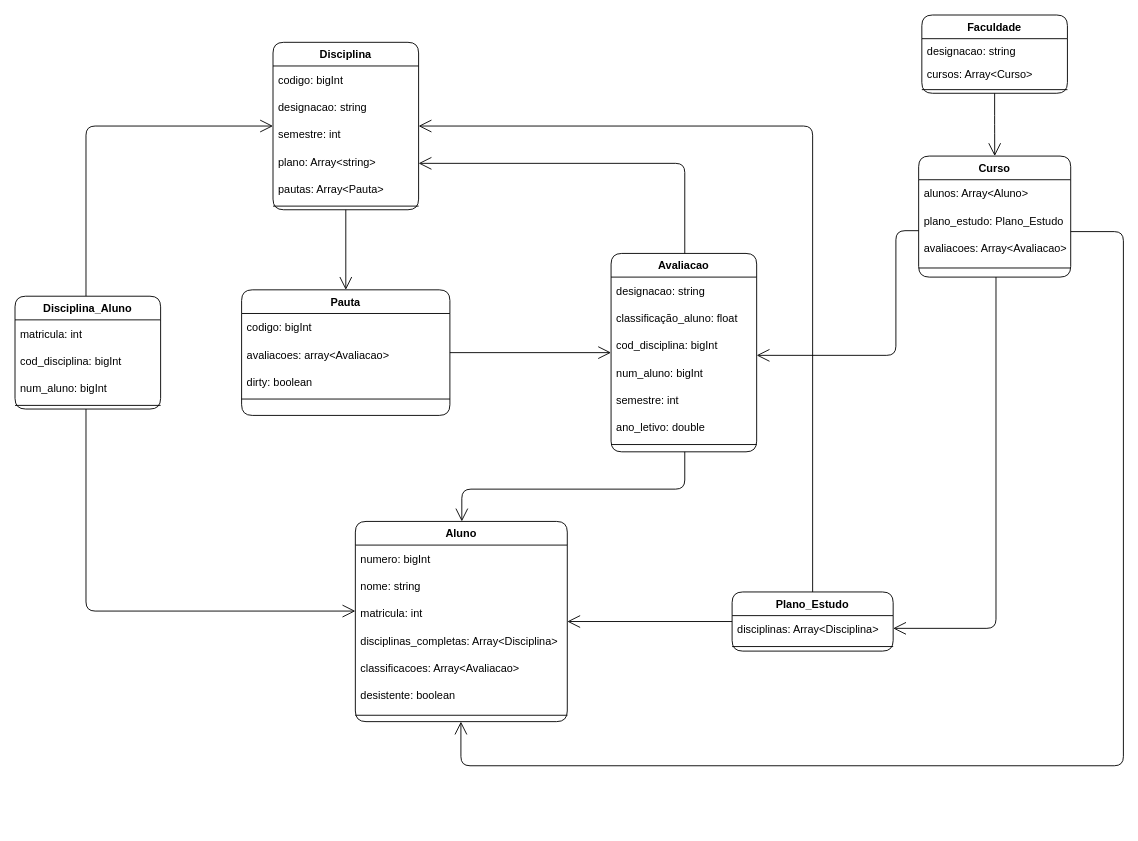
Before: Docs/Domain_Diagram.drawio in ruimpcastro/pweb2022, a draw.io diagram. Source tidied: cells renumbered, new cells numbered last; positions are measured from the earlier drawing's top-left corner, leaving out a move shared by most shapes. Both pictures are drawn from the tidied source at 91%, with x=0, y=0 at pixel (15, 15).
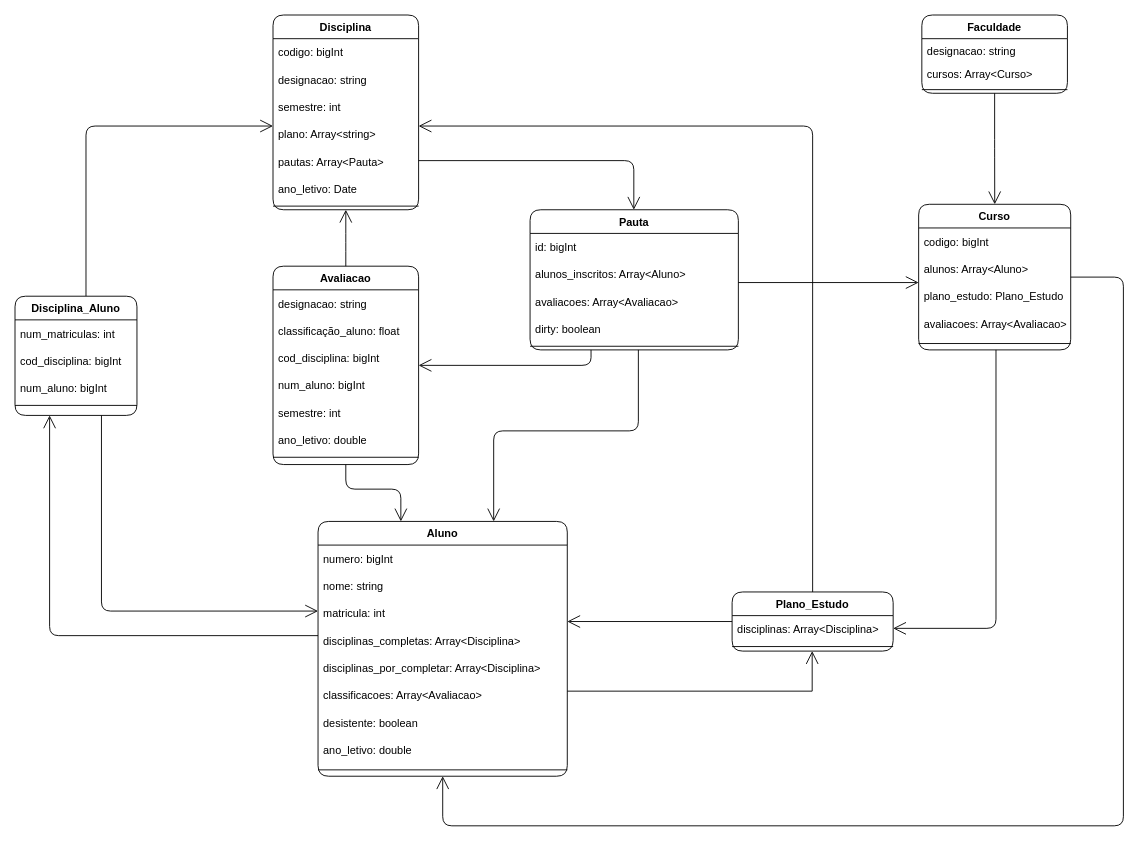
The same diagram, later.

Commit message (it also covers changes not shown here):
Alterações nos diagramas

The change refers to these unchanged cells:
```xml
<mxCell id="22" value="Plano_Estudo" style="swimlane;fontStyle=1;align=center;verticalAlign=top;horizontal=1;startSize=26;shadow=0;strokeWidth=1;rounded=1;" parent="1" vertex="1">
  <mxGeometry x="788" y="634" width="177" height="65" as="geometry" />
</mxCell>
```

What changed in the source:
```diff
@@
     <mxCell id="2" value="Aluno" style="swimlane;fontStyle=1;align=center;verticalAlign=top;horizontal=1;startSize=26;shadow=0;strokeWidth=1;rounded=1;" parent="1" vertex="1">
-      <mxGeometry x="374" y="556.5" width="232.9" height="220" as="geometry" />
+      <mxGeometry x="333" y="556.5" width="273.9" height="280" as="geometry" />
     </mxCell>
     <mxCell id="3" value="numero: bigInt" style="text;strokeColor=none;fillColor=none;align=left;verticalAlign=middle;spacingLeft=4;spacingRight=4;overflow=hidden;rounded=1;" parent="2" vertex="1">
-      <mxGeometry y="26" width="232.9" height="30" as="geometry" />
+      <mxGeometry y="26" width="273.9" height="30" as="geometry" />
     </mxCell>
     <mxCell id="4" value="nome: string" style="text;strokeColor=none;fillColor=none;align=left;verticalAlign=middle;spacingLeft=4;spacingRight=4;overflow=hidden;rounded=1;" parent="2" vertex="1">
-      <mxGeometry y="56" width="232.9" height="30" as="geometry" />
+      <mxGeometry y="56" width="273.9" height="30" as="geometry" />
     </mxCell>
     <mxCell id="5" value="matricula: int" style="text;strokeColor=none;fillColor=none;align=left;verticalAlign=middle;spacingLeft=4;spacingRight=4;overflow=hidden;rounded=1;" parent="2" vertex="1">
-      <mxGeometry y="86" width="232.9" height="30" as="geometry" />
+      <mxGeometry y="86" width="273.9" height="30" as="geometry" />
     </mxCell>
     <mxCell id="6" value="disciplinas_completas: Array&lt;Disciplina&gt;" style="text;strokeColor=none;fillColor=none;align=left;verticalAlign=middle;spacingLeft=4;spacingRight=4;overflow=hidden;rounded=1;" parent="2" vertex="1">
-      <mxGeometry y="116" width="232.9" height="30" as="geometry" />
+      <mxGeometry y="116" width="273.9" height="30" as="geometry" />
     </mxCell>
+    <mxCell id="59" value="disciplinas_por_completar: Array&lt;Disciplina&gt;" style="text;strokeColor=none;fillColor=none;align=left;verticalAlign=middle;spacingLeft=4;spacingRight=4;overflow=hidden;rounded=1;" parent="2" vertex="1">
+      <mxGeometry y="146" width="273.9" height="30" as="geometry" />
+    </mxCell>
     <mxCell id="7" value="classificacoes: Array&lt;Avaliacao&gt;" style="text;strokeColor=none;fillColor=none;align=left;verticalAlign=middle;spacingLeft=4;spacingRight=4;overflow=hidden;rounded=1;" parent="2" vertex="1">
-      <mxGeometry y="146" width="232.9" height="30" as="geometry" />
+      <mxGeometry y="176" width="273.9" height="30" as="geometry" />
     </mxCell>
     <mxCell id="8" value="desistente: boolean" style="text;strokeColor=none;fillColor=none;align=left;verticalAlign=middle;spacingLeft=4;spacingRight=4;overflow=hidden;rounded=1;" parent="2" vertex="1">
-      <mxGeometry y="176" width="232.9" height="30" as="geometry" />
+      <mxGeometry y="206" width="273.9" height="30" as="geometry" />
     </mxCell>
+    <mxCell id="60" value="ano_letivo: double" style="text;strokeColor=none;fillColor=none;align=left;verticalAlign=middle;spacingLeft=4;spacingRight=4;overflow=hidden;rounded=1;" parent="2" vertex="1">
+      <mxGeometry y="236" width="273.9" height="30" as="geometry" />
+    </mxCell>
     <mxCell id="9" style="line;html=1;strokeWidth=1;align=left;verticalAlign=middle;spacingTop=-1;spacingLeft=3;spacingRight=3;labelPosition=right;rounded=1;" parent="2" vertex="1">
-      <mxGeometry y="206" width="232.9" height="14" as="geometry" />
+      <mxGeometry y="266" width="273.9" height="14" as="geometry" />
     </mxCell>
     <mxCell id="10" value="Disciplina" style="swimlane;fontStyle=1;align=center;verticalAlign=top;horizontal=1;startSize=26;shadow=0;strokeWidth=1;rounded=1;" parent="1" vertex="1">
-      <mxGeometry x="283.5" y="30" width="160" height="184" as="geometry" />
+      <mxGeometry x="283.5" width="160" height="214" as="geometry" />
     </mxCell>
@@
+    <mxCell id="61" value="ano_letivo: Date" style="text;strokeColor=none;fillColor=none;align=left;verticalAlign=middle;spacingLeft=4;spacingRight=4;overflow=hidden;rounded=1;" parent="10" vertex="1">
+      <mxGeometry y="176" width="160" height="30" as="geometry" />
+    </mxCell>
     <mxCell id="16" style="line;html=1;strokeWidth=1;align=left;verticalAlign=middle;spacingTop=-1;spacingLeft=3;spacingRight=3;labelPosition=right;rounded=1;" parent="10" vertex="1">
-      <mxGeometry y="176" width="160" height="8" as="geometry" />
+      <mxGeometry y="206" width="160" height="8" as="geometry" />
     </mxCell>
     <mxCell id="17" value="Curso" style="swimlane;fontStyle=1;align=center;verticalAlign=top;horizontal=1;startSize=26;shadow=0;strokeWidth=1;rounded=1;" parent="1" vertex="1">
-      <mxGeometry x="993" y="155" width="167.1" height="133" as="geometry" />
+      <mxGeometry x="993" y="208" width="167.1" height="160" as="geometry" />
     </mxCell>
+    <mxCell id="62" value="codigo: bigInt" style="text;strokeColor=none;fillColor=none;align=left;verticalAlign=middle;spacingLeft=4;spacingRight=4;overflow=hidden;rounded=1;" parent="17" vertex="1">
+      <mxGeometry y="26" width="167.1" height="30" as="geometry" />
+    </mxCell>
     <mxCell id="18" value="alunos: Array&lt;Aluno&gt;" style="text;strokeColor=none;fillColor=none;align=left;verticalAlign=middle;spacingLeft=4;spacingRight=4;overflow=hidden;rounded=1;" parent="17" vertex="1">
-      <mxGeometry y="26" width="167.1" height="30" as="geometry" />
+      <mxGeometry y="56" width="167.1" height="30" as="geometry" />
     </mxCell>
     <mxCell id="19" value="plano_estudo: Plano_Estudo" style="text;strokeColor=none;fillColor=none;align=left;verticalAlign=middle;spacingLeft=4;spacingRight=4;overflow=hidden;rounded=1;" parent="17" vertex="1">
-      <mxGeometry y="56" width="167.1" height="30" as="geometry" />
+      <mxGeometry y="86" width="167.1" height="30" as="geometry" />
     </mxCell>
     <mxCell id="20" value="avaliacoes: Array&lt;Avaliacao&gt;" style="text;strokeColor=none;fillColor=none;align=left;verticalAlign=middle;spacingLeft=4;spacingRight=4;overflow=hidden;rounded=1;" parent="17" vertex="1">
-      <mxGeometry y="86" width="167.1" height="30" as="geometry" />
+      <mxGeometry y="116" width="167.1" height="30" as="geometry" />
     </mxCell>
     <mxCell id="21" style="line;html=1;strokeWidth=1;align=left;verticalAlign=middle;spacingTop=-1;spacingLeft=3;spacingRight=3;labelPosition=right;rounded=1;" parent="17" vertex="1">
-      <mxGeometry y="116" width="167.1" height="14" as="geometry" />
+      <mxGeometry y="146" width="167.1" height="14" as="geometry" />
     </mxCell>
@@
     <mxCell id="27" value="Pauta" style="swimlane;fontStyle=1;align=center;verticalAlign=top;horizontal=1;startSize=26;shadow=0;strokeWidth=1;rounded=1;" parent="1" vertex="1">
-      <mxGeometry x="249" y="302" width="228.9" height="138" as="geometry" />
+      <mxGeometry x="566" y="214" width="228.9" height="154" as="geometry" />
     </mxCell>
-    <mxCell id="28" value="codigo: bigInt" style="text;strokeColor=none;fillColor=none;align=left;verticalAlign=middle;spacingLeft=4;spacingRight=4;overflow=hidden;rounded=1;" parent="27" vertex="1">
+    <mxCell id="28" value="id: bigInt" style="text;strokeColor=none;fillColor=none;align=left;verticalAlign=middle;spacingLeft=4;spacingRight=4;overflow=hidden;rounded=1;" parent="27" vertex="1">
       <mxGeometry y="26" width="228.9" height="30" as="geometry" />
     </mxCell>
+    <mxCell id="63" value="alunos_inscritos: Array&lt;Aluno&gt;" style="text;strokeColor=none;fillColor=none;align=left;verticalAlign=middle;spacingLeft=4;spacingRight=4;overflow=hidden;rounded=1;" parent="27" vertex="1">
+      <mxGeometry y="56" width="228.9" height="30" as="geometry" />
+    </mxCell>
-    <mxCell id="29" value="avaliacoes: array&lt;Avaliacao&gt;" style="text;strokeColor=none;fillColor=none;align=left;verticalAlign=middle;spacingLeft=4;spacingRight=4;overflow=hidden;rounded=1;" parent="27" vertex="1">
-      <mxGeometry y="56" width="228.9" height="30" as="geometry" />
+    <mxCell id="29" value="avaliacoes: Array&lt;Avaliacao&gt;" style="text;strokeColor=none;fillColor=none;align=left;verticalAlign=middle;spacingLeft=4;spacingRight=4;overflow=hidden;rounded=1;" parent="27" vertex="1">
+      <mxGeometry y="86" width="228.9" height="30" as="geometry" />
     </mxCell>
     <mxCell id="30" value="dirty: boolean" style="text;strokeColor=none;fillColor=none;align=left;verticalAlign=middle;spacingLeft=4;spacingRight=4;overflow=hidden;rounded=1;" parent="27" vertex="1">
-      <mxGeometry y="86" width="228.9" height="30" as="geometry" />
+      <mxGeometry y="116" width="228.9" height="30" as="geometry" />
     </mxCell>
     <mxCell id="31" style="line;html=1;strokeWidth=1;align=left;verticalAlign=middle;spacingTop=-1;spacingLeft=3;spacingRight=3;labelPosition=right;rounded=1;" parent="27" vertex="1">
-      <mxGeometry y="116" width="228.9" height="8" as="geometry" />
+      <mxGeometry y="146" width="228.9" height="8" as="geometry" />
     </mxCell>
     <mxCell id="32" style="endArrow=open;endFill=1;endSize=12;html=1;edgeStyle=orthogonalEdgeStyle;" parent="1" edge="1" source="10" target="27">
       <mxGeometry relative="1" as="geometry">
         <Array as="points">
-          <mxPoint x="363" y="192" />
-          <mxPoint x="363" y="192" />
+          <mxPoint x="680" y="160" />
         </Array>
       </mxGeometry>
     </mxCell>
@@
     <mxCell id="35" style="endArrow=open;endFill=1;endSize=12;html=1;edgeStyle=orthogonalEdgeStyle;strokeColor=default;" parent="1" edge="1" source="17" target="2">
       <mxGeometry relative="1" as="geometry">
         <Array as="points">
-          <mxPoint x="1218" y="238" />
-          <mxPoint x="1218" y="825" />
-          <mxPoint x="490" y="825" />
+          <mxPoint x="1218" y="288" />
+          <mxPoint x="1218" y="891" />
+          <mxPoint x="470" y="891" />
         </Array>
       </mxGeometry>
     </mxCell>
     <mxCell id="36" value="Disciplina_Aluno" style="swimlane;fontStyle=1;align=center;verticalAlign=top;horizontal=1;startSize=26;shadow=0;strokeWidth=1;rounded=1;" parent="1" vertex="1">
-      <mxGeometry y="309" width="160" height="124" as="geometry" />
+      <mxGeometry y="309" width="134" height="131" as="geometry" />
     </mxCell>
-    <mxCell id="37" value="matricula: int" style="text;strokeColor=none;fillColor=none;align=left;verticalAlign=middle;spacingLeft=4;spacingRight=4;overflow=hidden;rounded=1;" parent="36" vertex="1">
-      <mxGeometry y="26" width="160" height="30" as="geometry" />
+    <mxCell id="37" value="num_matriculas: int" style="text;strokeColor=none;fillColor=none;align=left;verticalAlign=middle;spacingLeft=4;spacingRight=4;overflow=hidden;rounded=1;" parent="36" vertex="1">
+      <mxGeometry y="26" width="134" height="30" as="geometry" />
     </mxCell>
     <mxCell id="38" value="cod_disciplina: bigInt" style="text;strokeColor=none;fillColor=none;align=left;verticalAlign=middle;spacingLeft=4;spacingRight=4;overflow=hidden;rounded=1;" parent="36" vertex="1">
-      <mxGeometry y="56" width="160" height="30" as="geometry" />
+      <mxGeometry y="56" width="134" height="30" as="geometry" />
     </mxCell>
     <mxCell id="39" value="num_aluno: bigInt" style="text;strokeColor=none;fillColor=none;align=left;verticalAlign=middle;spacingLeft=4;spacingRight=4;overflow=hidden;rounded=1;" parent="36" vertex="1">
-      <mxGeometry y="86" width="160" height="30" as="geometry" />
+      <mxGeometry y="86" width="134" height="30" as="geometry" />
     </mxCell>
     <mxCell id="40" style="line;html=1;strokeWidth=1;align=left;verticalAlign=middle;spacingTop=-1;spacingLeft=3;spacingRight=3;labelPosition=right;rounded=1;" parent="36" vertex="1">
-      <mxGeometry y="116" width="160" height="8" as="geometry" />
+      <mxGeometry y="116" width="134" height="8" as="geometry" />
     </mxCell>
@@
     <mxCell id="46" value="Avaliacao" style="swimlane;fontStyle=1;align=center;verticalAlign=top;horizontal=1;startSize=26;shadow=0;strokeWidth=1;rounded=1;" parent="1" vertex="1">
-      <mxGeometry x="655" y="262" width="160" height="218" as="geometry" />
+      <mxGeometry x="283.5" y="276" width="160" height="218" as="geometry" />
     </mxCell>
@@
     <mxCell id="54" style="endArrow=open;endFill=1;endSize=12;html=1;edgeStyle=orthogonalEdgeStyle;" parent="1" edge="1" source="27" target="46">
-      <mxGeometry relative="1" as="geometry" />
+      <mxGeometry relative="1" as="geometry">
+        <Array as="points">
+          <mxPoint x="633" y="385" />
+        </Array>
+      </mxGeometry>
     </mxCell>
     <mxCell id="55" style="endArrow=open;endFill=1;endSize=12;html=1;rounded=1;strokeColor=default;edgeStyle=orthogonalEdgeStyle;" parent="1" edge="1" source="36" target="2">
       <mxGeometry relative="1" as="geometry">
         <Array as="points">
-          <mxPoint x="78" y="655" />
+          <mxPoint x="95" y="655" />
         </Array>
       </mxGeometry>
     </mxCell>
     <mxCell id="56" style="endArrow=open;endFill=1;endSize=12;html=1;rounded=1;strokeColor=default;edgeStyle=orthogonalEdgeStyle;" parent="1" edge="1" source="46" target="10">
       <mxGeometry relative="1" as="geometry">
         <Array as="points">
-          <mxPoint x="736" y="163" />
+          <mxPoint x="363" y="250" />
+          <mxPoint x="363" y="250" />
         </Array>
       </mxGeometry>
     </mxCell>
     <mxCell id="57" style="endArrow=open;endFill=1;endSize=12;html=1;rounded=1;strokeColor=default;edgeStyle=orthogonalEdgeStyle;" parent="1" edge="1" source="46" target="2">
       <mxGeometry relative="1" as="geometry">
         <Array as="points">
-          <mxPoint x="736" y="521" />
-          <mxPoint x="491" y="521" />
+          <mxPoint x="363" y="521" />
+          <mxPoint x="424" y="521" />
         </Array>
       </mxGeometry>
     </mxCell>
-    <mxCell id="58" style="endArrow=open;endFill=1;endSize=12;html=1;edgeStyle=orthogonalEdgeStyle;" parent="1" edge="1" source="17" target="46">
-      <mxGeometry relative="1" as="geometry">
-        <Array as="points">
-          <mxPoint x="968" y="237" />
-          <mxPoint x="968" y="374" />
-        </Array>
-      </mxGeometry>
-    </mxCell>
+    <mxCell id="64" style="endArrow=open;endFill=1;endSize=12;html=1;rounded=0;edgeStyle=orthogonalEdgeStyle;" parent="1" edge="1" source="2" target="22">
+      <mxGeometry relative="1" as="geometry">
+        <Array as="points">
+          <mxPoint x="876" y="743" />
+        </Array>
+      </mxGeometry>
+    </mxCell>
+    <mxCell id="65" style="endArrow=open;endFill=1;endSize=12;html=1;rounded=0;edgeStyle=orthogonalEdgeStyle;" parent="1" edge="1" source="27" target="17">
+      <mxGeometry relative="1" as="geometry">
+        <Array as="points">
+          <mxPoint x="889" y="294" />
+          <mxPoint x="889" y="294" />
+        </Array>
+      </mxGeometry>
+    </mxCell>
+    <mxCell id="66" style="endArrow=open;endFill=1;endSize=12;html=1;rounded=1;edgeStyle=orthogonalEdgeStyle;" parent="1" edge="1" source="27" target="2">
+      <mxGeometry relative="1" as="geometry">
+        <Array as="points">
+          <mxPoint x="685" y="457" />
+          <mxPoint x="526" y="457" />
+        </Array>
+      </mxGeometry>
+    </mxCell>
+    <mxCell id="67" style="endArrow=open;endFill=1;endSize=12;html=1;rounded=1;edgeStyle=orthogonalEdgeStyle;" parent="1" edge="1" source="2" target="36">
+      <mxGeometry relative="1" as="geometry">
+        <Array as="points">
+          <mxPoint x="38" y="682" />
+        </Array>
+      </mxGeometry>
+    </mxCell>
```
